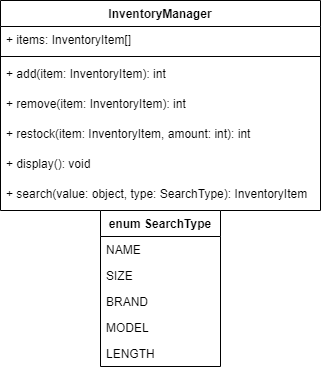
scoutchorton/cst-150 keeps this draw.io diagram as Milestone3/InventoryManager.png. Above is the earlier version. Source tidied: cells renumbered, new cells last; positions are measured from the earlier drawing's top-left corner, leaving out a move shared by most shapes. Its diagram source:
```xml
<mxGraphModel>
  <root>
    <mxCell id="0" />
    <mxCell id="1" parent="0" />
    <mxCell id="2" value="InventoryManager" style="swimlane;fontStyle=1;align=center;verticalAlign=top;horizontal=1;startSize=26;" parent="1" vertex="1">
      <mxGeometry width="320" height="210" as="geometry" />
    </mxCell>
    <mxCell id="3" value="+ items: InventoryItem[]" style="text;strokeColor=none;fillColor=none;align=left;verticalAlign=top;spacingLeft=4;spacingRight=4;overflow=hidden;" parent="2" vertex="1">
      <mxGeometry y="26" width="320" height="26" as="geometry" />
    </mxCell>
    <mxCell id="4" style="line;strokeWidth=1;fillColor=none;align=left;verticalAlign=middle;spacingTop=-1;spacingLeft=3;spacingRight=3;labelPosition=right;strokeColor=inherit;" parent="2" vertex="1">
      <mxGeometry y="52" width="320" height="8" as="geometry" />
    </mxCell>
    <mxCell id="5" value="+ add(item: InventoryItem): int" style="text;strokeColor=none;fillColor=none;align=left;verticalAlign=top;spacingLeft=4;spacingRight=4;overflow=hidden;" parent="2" vertex="1">
      <mxGeometry y="60" width="320" height="30" as="geometry" />
    </mxCell>
    <mxCell id="6" value="+ remove(item: InventoryItem): int" style="text;strokeColor=none;fillColor=none;align=left;verticalAlign=top;spacingLeft=4;spacingRight=4;overflow=hidden;" parent="2" vertex="1">
      <mxGeometry y="90" width="320" height="30" as="geometry" />
    </mxCell>
    <mxCell id="7" value="+ restock(item: InventoryItem, amount: int): int" style="text;strokeColor=none;fillColor=none;align=left;verticalAlign=top;spacingLeft=4;spacingRight=4;overflow=hidden;" parent="2" vertex="1">
      <mxGeometry y="120" width="320" height="30" as="geometry" />
    </mxCell>
    <mxCell id="8" value="+ display(): void" style="text;strokeColor=none;fillColor=none;align=left;verticalAlign=top;spacingLeft=4;spacingRight=4;overflow=hidden;" parent="2" vertex="1">
      <mxGeometry y="150" width="320" height="30" as="geometry" />
    </mxCell>
    <mxCell id="9" value="+ search(value: object, type: SearchType): InventoryItem" style="text;strokeColor=none;fillColor=none;align=left;verticalAlign=top;spacingLeft=4;spacingRight=4;overflow=hidden;" parent="2" vertex="1">
      <mxGeometry y="180" width="320" height="30" as="geometry" />
    </mxCell>
    <mxCell id="10" value="enum SearchType" style="swimlane;fontStyle=1;align=center;verticalAlign=top;horizontal=1;startSize=26;" parent="1" vertex="1">
      <mxGeometry x="100" y="210" width="120" height="156" as="geometry" />
    </mxCell>
    <mxCell id="11" value="NAME" style="text;strokeColor=none;fillColor=none;align=left;verticalAlign=top;spacingLeft=4;spacingRight=4;overflow=hidden;" parent="10" vertex="1">
      <mxGeometry y="26" width="120" height="26" as="geometry" />
    </mxCell>
    <mxCell id="12" value="SIZE" style="text;strokeColor=none;fillColor=none;align=left;verticalAlign=top;spacingLeft=4;spacingRight=4;overflow=hidden;" parent="10" vertex="1">
      <mxGeometry y="52" width="120" height="26" as="geometry" />
    </mxCell>
    <mxCell id="13" value="BRAND" style="text;strokeColor=none;fillColor=none;align=left;verticalAlign=top;spacingLeft=4;spacingRight=4;overflow=hidden;" parent="10" vertex="1">
      <mxGeometry y="78" width="120" height="26" as="geometry" />
    </mxCell>
    <mxCell id="14" value="MODEL" style="text;strokeColor=none;fillColor=none;align=left;verticalAlign=top;spacingLeft=4;spacingRight=4;overflow=hidden;" parent="10" vertex="1">
      <mxGeometry y="104" width="120" height="26" as="geometry" />
    </mxCell>
    <mxCell id="15" value="LENGTH" style="text;strokeColor=none;fillColor=none;align=left;verticalAlign=top;spacingLeft=4;spacingRight=4;overflow=hidden;" parent="10" vertex="1">
      <mxGeometry y="130" width="120" height="26" as="geometry" />
    </mxCell>
  </root>
</mxGraphModel>
```
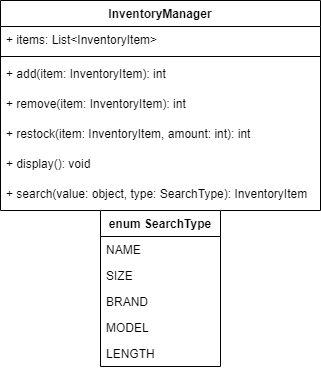
After the commit.

Commit message:
Updated UML diagram to be a list of inventory items not an array

The edit, as a diff of the source:
```diff
@@ -5,7 +5,7 @@
     <mxCell id="2" value="InventoryManager" style="swimlane;fontStyle=1;align=center;verticalAlign=top;horizontal=1;startSize=26;" parent="1" vertex="1">
       <mxGeometry width="320" height="210" as="geometry" />
     </mxCell>
-    <mxCell id="3" value="+ items: InventoryItem[]" style="text;strokeColor=none;fillColor=none;align=left;verticalAlign=top;spacingLeft=4;spacingRight=4;overflow=hidden;" parent="2" vertex="1">
+    <mxCell id="3" value="+ items: List&lt;InventoryItem&gt;" style="text;strokeColor=none;fillColor=none;align=left;verticalAlign=top;spacingLeft=4;spacingRight=4;overflow=hidden;" parent="2" vertex="1">
       <mxGeometry y="26" width="320" height="26" as="geometry" />
     </mxCell>
     <mxCell id="4" style="line;strokeWidth=1;fillColor=none;align=left;verticalAlign=middle;spacingTop=-1;spacingLeft=3;spacingRight=3;labelPosition=right;strokeColor=inherit;" parent="2" vertex="1">
```
